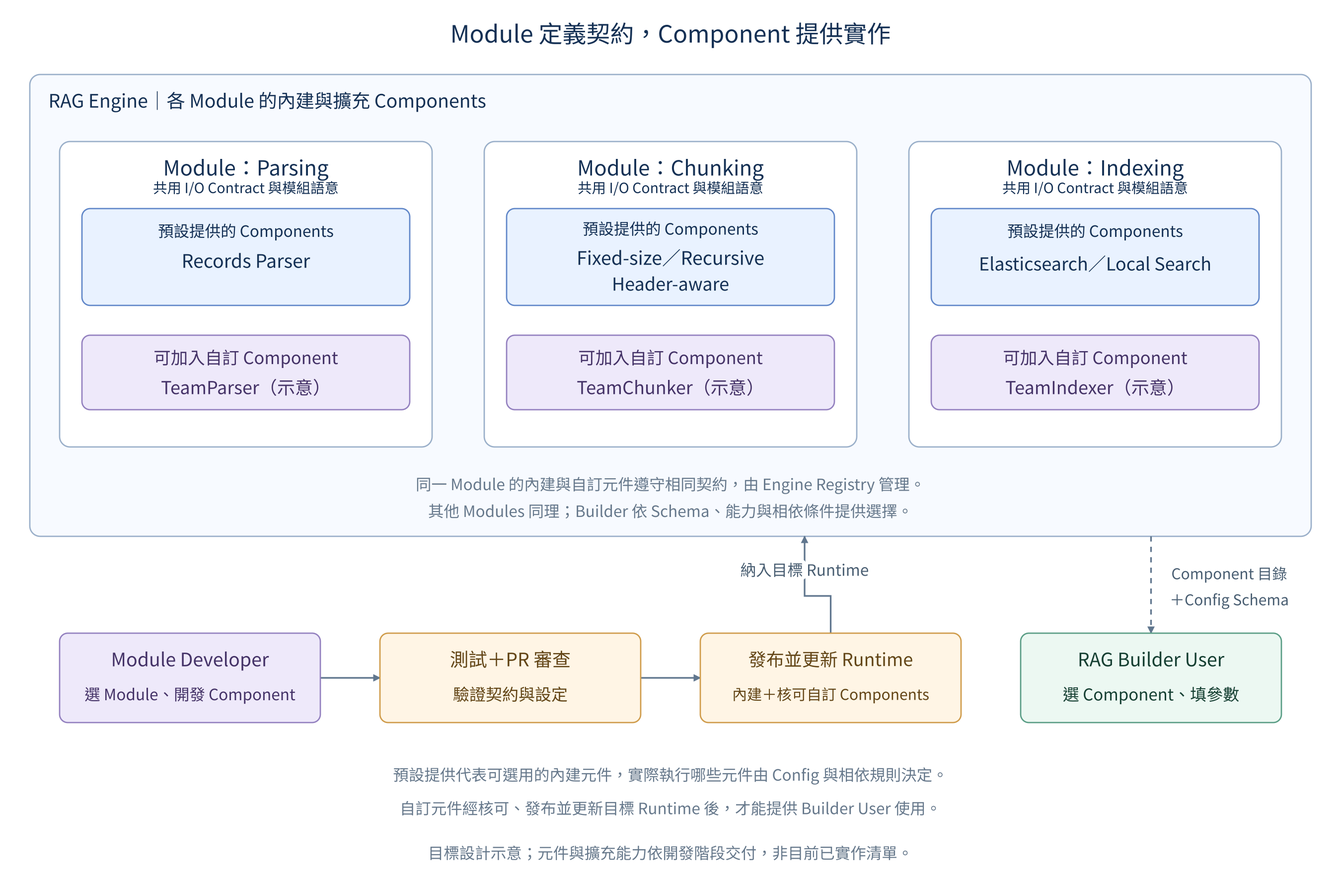
This is diagrams/03_module_component_concept.png from SunnyWenwen/rag_platform, a Mermaid export, as it was before one commit. Its source is kept beside it as diagrams/03_module_component_concept.mmd.
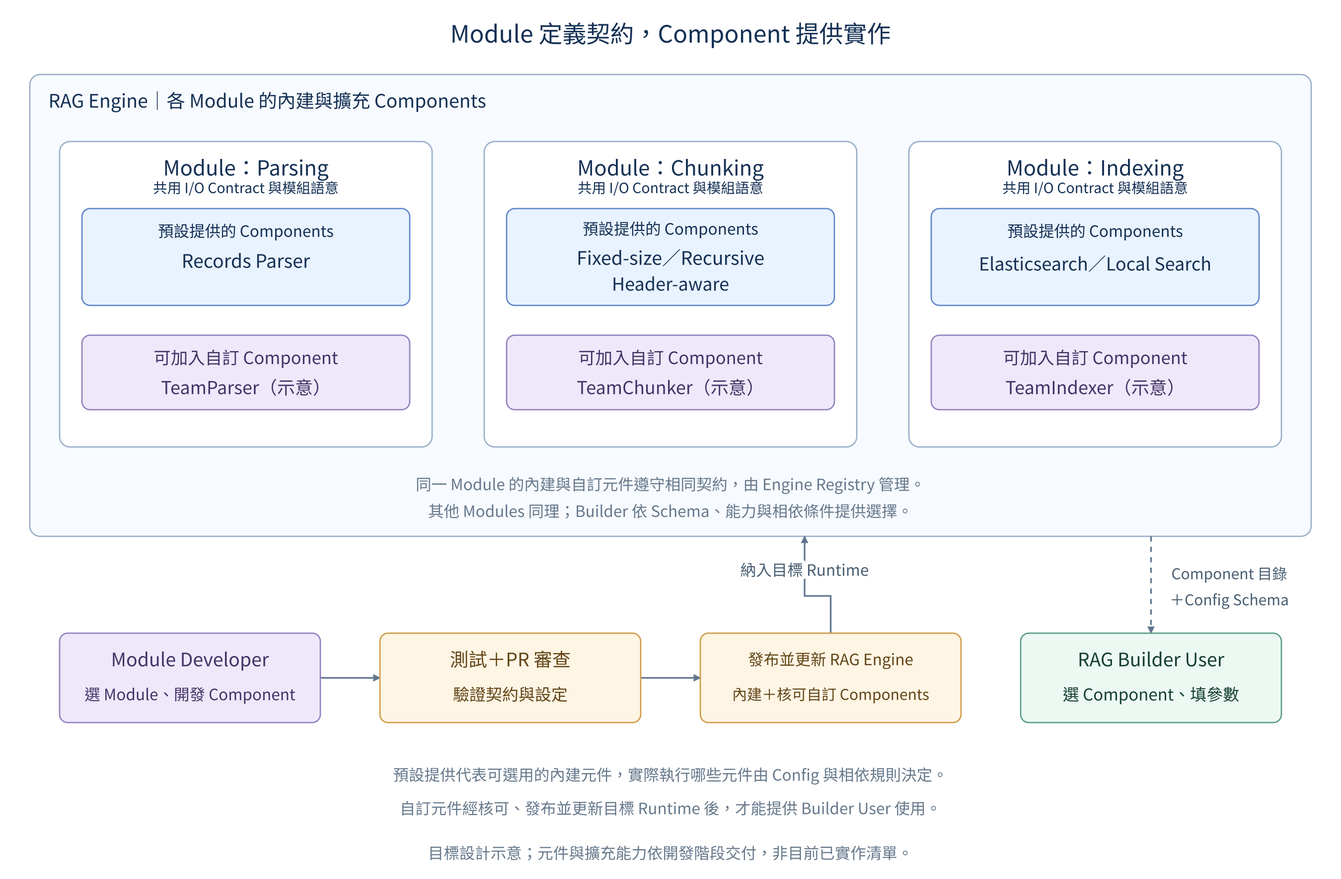
Above is the later version.

Commit message:
docs: align Component development labels with requested wording

Change to the diagram source:
```diff
@@ -19,7 +19,7 @@
     end
 
     DEV["Module Developer｜選 Module、開發 Component"] --> CHECK["測試＋PR 審查｜驗證契約與設定"]
-    CHECK --> UPDATE["發布並更新 Runtime｜內建＋核可自訂 Components"]
+    CHECK --> UPDATE["發布並更新 RAG Engine｜內建＋核可自訂 Components"]
     UPDATE -->|納入目標 Runtime| ENGINE
     ENGINE -. "Component 目錄＋Config Schema" .-> UI["RAG Builder User｜選 Component、填參數"]
 
```
